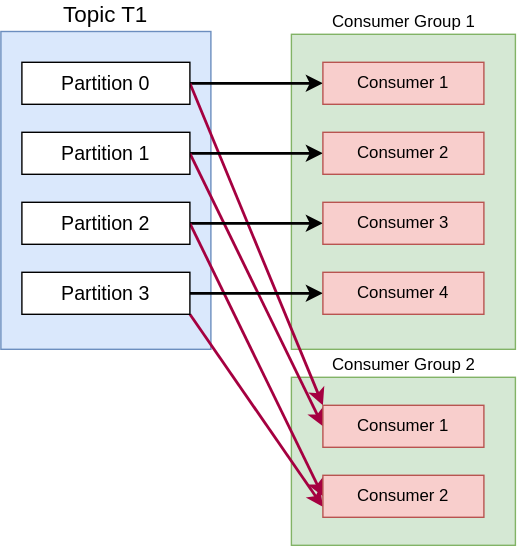
Earlier version of the draw.io export docs/backend/kafka/consumer-groups.drawio.svg (lamhq/cheat-sheet). Source tidied: cells renumbered, new cells last; positions are measured from the earlier drawing's top-left corner, leaving out a move shared by most shapes.
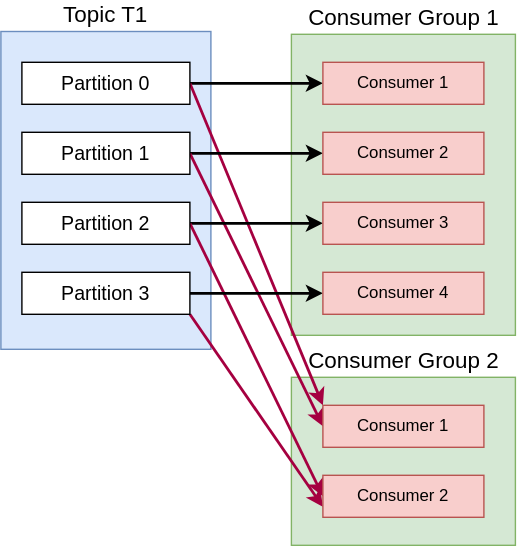
The same diagram one commit later.

Change to the diagram source:
```diff
@@ -2,11 +2,11 @@
   <root>
     <mxCell id="0" />
     <mxCell id="1" parent="0" />
-    <mxCell id="2" value="Consumer Group 2" style="rounded=0;whiteSpace=wrap;html=1;fillColor=#d5e8d4;labelPosition=center;verticalLabelPosition=top;align=center;verticalAlign=bottom;strokeColor=#82b366;" parent="1" vertex="1">
+    <mxCell id="2" value="Consumer Group 2" style="rounded=0;whiteSpace=wrap;html=1;fillColor=#d5e8d4;labelPosition=center;verticalLabelPosition=top;align=center;verticalAlign=bottom;strokeColor=#82b366;fontSize=16;" parent="1" vertex="1">
       <mxGeometry x="207.5" y="247" width="160" height="120" as="geometry" />
     </mxCell>
-    <mxCell id="3" value="Consumer Group 1" style="rounded=0;whiteSpace=wrap;html=1;fillColor=#d5e8d4;labelPosition=center;verticalLabelPosition=top;align=center;verticalAlign=bottom;strokeColor=#82b366;" parent="1" vertex="1">
-      <mxGeometry x="207.5" y="2" width="160" height="225" as="geometry" />
+    <mxCell id="3" value="Consumer Group 1" style="rounded=0;whiteSpace=wrap;html=1;fillColor=#d5e8d4;labelPosition=center;verticalLabelPosition=top;align=center;verticalAlign=bottom;strokeColor=#82b366;fontSize=16;" parent="1" vertex="1">
+      <mxGeometry x="207.5" y="2" width="160" height="215" as="geometry" />
     </mxCell>
     <mxCell id="4" value="Topic T1" style="rounded=0;whiteSpace=wrap;html=1;fillColor=#dae8fc;strokeColor=#6c8ebf;labelPosition=center;verticalLabelPosition=top;align=center;verticalAlign=bottom;fontSize=16;" parent="1" vertex="1">
       <mxGeometry width="150" height="227" as="geometry" />
```
